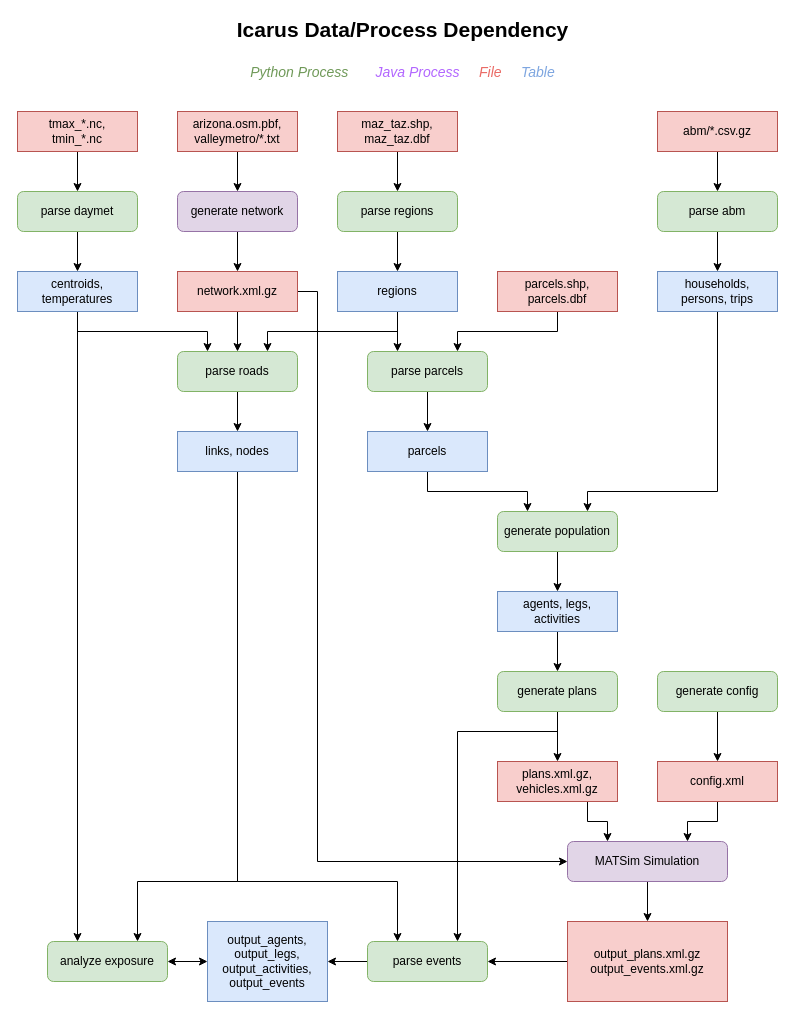
The draw.io diagram docs/diagrams.drawio in ChesterIcarus/DataProcessing, before the edit. Source tidied: cells renumbered, new cells numbered last; positions are measured from the earlier drawing's top-left corner, leaving out a move shared by most shapes. Both pictures are drawn from the tidied source at 100%, with x=0, y=0 at pixel (17, 19).
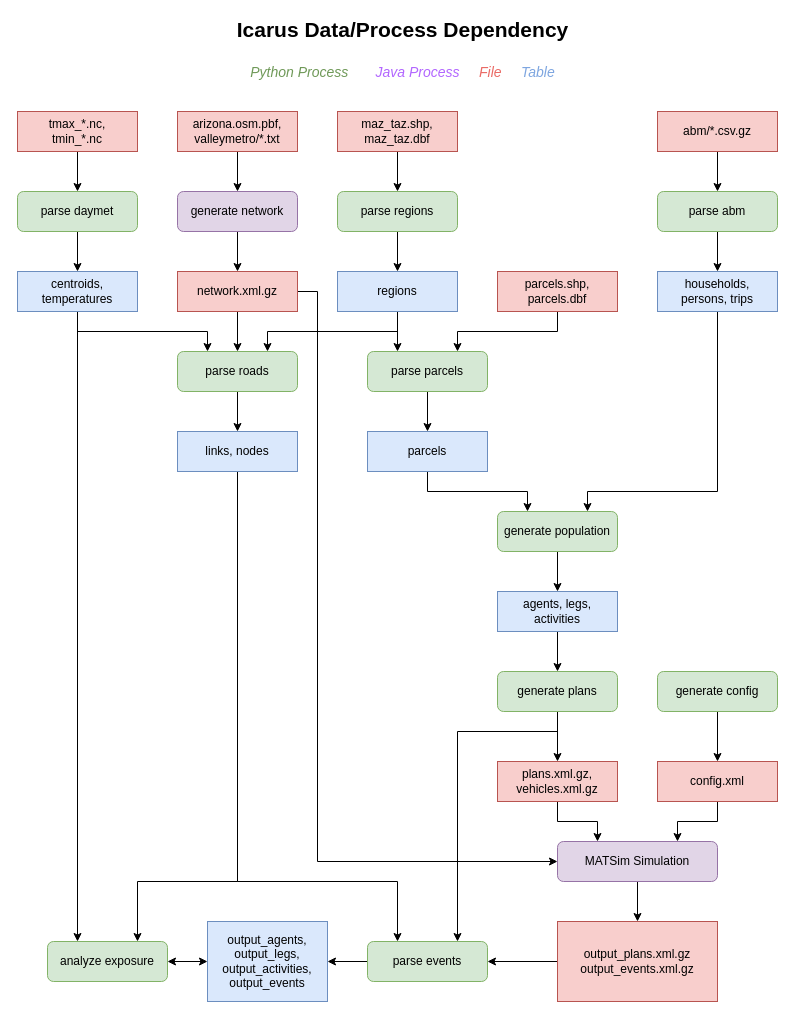
The same page after the edit.

Unchanged cells that the change refers to:
```xml
<mxCell id="21" value="&lt;div&gt;plans.xml.gz,&lt;/div&gt;&lt;div&gt;vehicles.xml.gz&lt;br&gt;&lt;/div&gt;" style="rounded=0;whiteSpace=wrap;html=1;fillColor=#f8cecc;strokeColor=#b85450;" parent="1" vertex="1">
  <mxGeometry x="480" y="742" width="120" height="40" as="geometry" />
</mxCell>
```

Diff of the diagram source:
```diff
@@
-    <mxCell id="20" style="edgeStyle=orthogonalEdgeStyle;rounded=0;jettySize=auto;html=1;exitX=0.75;exitY=1;exitDx=0;exitDy=0;entryX=0.25;entryY=0;entryDx=0;entryDy=0;" parent="1" edge="1" source="21" target="61">
+    <mxCell id="20" style="edgeStyle=orthogonalEdgeStyle;rounded=0;jettySize=auto;html=1;exitX=0.5;exitY=1;exitDx=0;exitDy=0;entryX=0.25;entryY=0;entryDx=0;entryDy=0;" parent="1" edge="1" source="21" target="61">
       <mxGeometry relative="1" as="geometry" />
     </mxCell>
@@
     <mxCell id="27" value="&lt;div&gt;output_plans.xml.gz&lt;/div&gt;&lt;div&gt;output_events.xml.gz&lt;br&gt;&lt;/div&gt;" style="rounded=0;whiteSpace=wrap;html=1;fillColor=#f8cecc;strokeColor=#b85450;" parent="1" vertex="1">
-      <mxGeometry x="550" y="902" width="160" height="80" as="geometry" />
+      <mxGeometry x="540" y="902" width="160" height="80" as="geometry" />
     </mxCell>
@@
     <mxCell id="61" value="MATSim Simulation" style="rounded=1;whiteSpace=wrap;html=1;fillColor=#e1d5e7;strokeColor=#9673a6;" parent="1" vertex="1">
-      <mxGeometry x="550" y="822" width="160" height="40" as="geometry" />
+      <mxGeometry x="540" y="822" width="160" height="40" as="geometry" />
     </mxCell>
```
